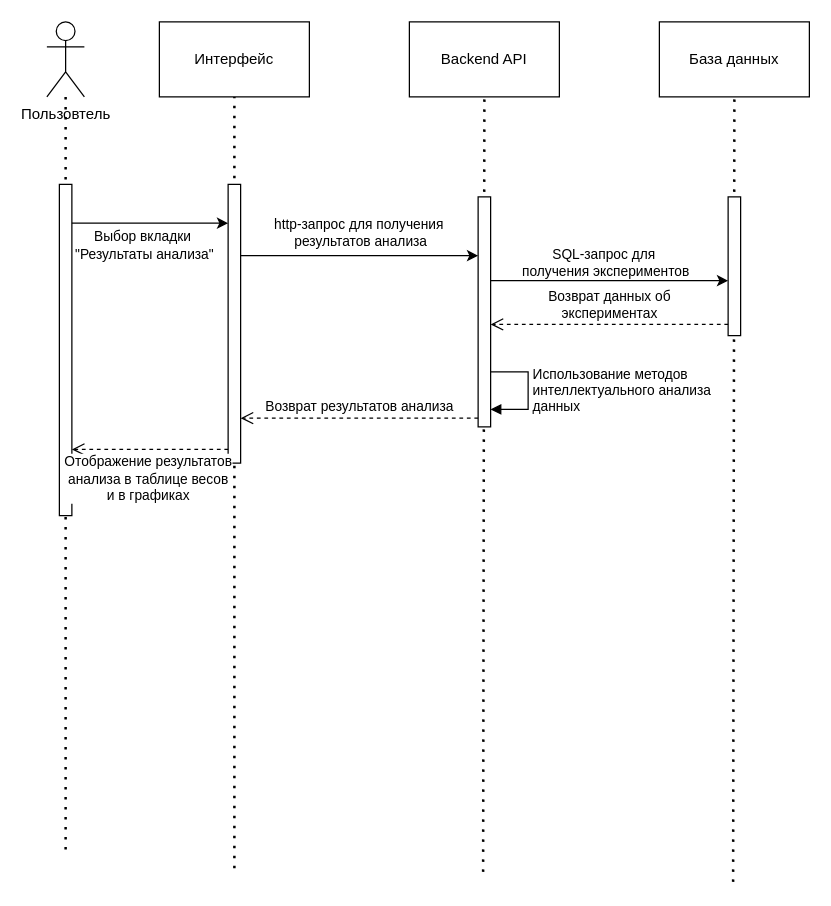
This is sequence_experiment-result.drawio from eva01pilot/plant-tissue-diagrams, a draw.io file, before an edit. Source tidied: cells renumbered, new cells numbered last; positions are measured from the earlier drawing's top-left corner, leaving out a move shared by most shapes. Both pictures are drawn from the tidied source at 125%, with x=0, y=0 at pixel (46, 21).
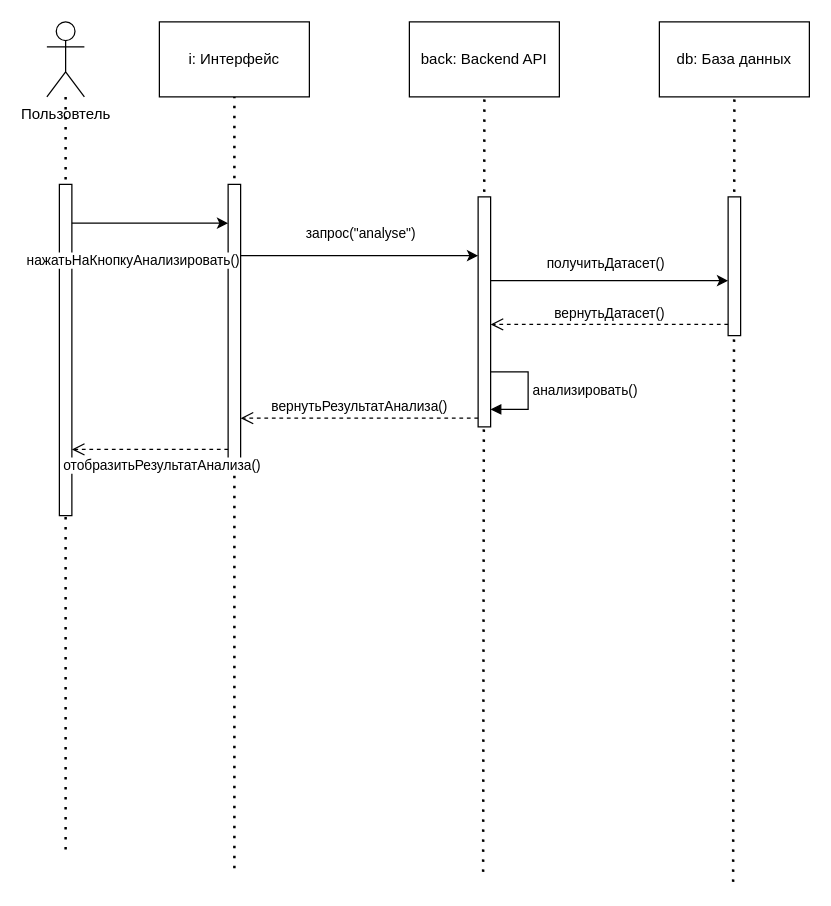
The same page after the edit.

Unchanged cells that the change refers to:
```xml
<mxCell id="11" style="html=1;points=[[0,0,0,0,5],[0,1,0,0,-5],[1,0,0,0,5],[1,1,0,0,-5]];perimeter=orthogonalPerimeter;outlineConnect=0;targetShapes=umlLifeline;portConstraint=eastwest;newEdgeStyle={&quot;curved&quot;:0,&quot;rounded&quot;:0};" parent="1" vertex="1">
  <mxGeometry x="345" y="140" width="10" height="184" as="geometry" />
</mxCell>
<mxCell id="14" style="endArrow=classic;html=1;rounded=0;entryX=0;entryY=0;entryDx=0;entryDy=5;entryPerimeter=0;" parent="1" edge="1">
  <mxGeometry relative="1" as="geometry">
    <mxPoint x="20" y="161" as="sourcePoint" />
    <mxPoint x="145" y="161" as="targetPoint" />
  </mxGeometry>
</mxCell>
<mxCell id="16" style="endArrow=classic;html=1;rounded=0;" parent="1" edge="1">
  <mxGeometry relative="1" as="geometry">
    <mxPoint x="155" y="187" as="sourcePoint" />
    <mxPoint x="345" y="187" as="targetPoint" />
  </mxGeometry>
</mxCell>
<mxCell id="18" style="endArrow=classic;html=1;rounded=0;exitX=1;exitY=0.216;exitDx=0;exitDy=0;exitPerimeter=0;" parent="1" edge="1">
  <mxGeometry relative="1" as="geometry">
    <mxPoint x="355" y="207" as="sourcePoint" />
    <mxPoint x="545" y="207" as="targetPoint" />
  </mxGeometry>
</mxCell>
```

The edit, as a diff of the source:
```diff
@@
-    <mxCell id="7" value="Интерфейс" style="rounded=0;whiteSpace=wrap;html=1;" parent="1" vertex="1">
+    <mxCell id="7" value="i: Интерфейс" style="rounded=0;whiteSpace=wrap;html=1;" parent="1" vertex="1">
       <mxGeometry x="90" width="120" height="60" as="geometry" />
     </mxCell>
@@
-    <mxCell id="10" value="Backend API" style="rounded=0;whiteSpace=wrap;html=1;" parent="1" vertex="1">
+    <mxCell id="10" value="back: Backend API" style="rounded=0;whiteSpace=wrap;html=1;" parent="1" vertex="1">
       <mxGeometry x="290" width="120" height="60" as="geometry" />
     </mxCell>
@@
-    <mxCell id="12" value="База данных" style="rounded=0;whiteSpace=wrap;html=1;" parent="1" vertex="1">
+    <mxCell id="12" value="db: База данных" style="rounded=0;whiteSpace=wrap;html=1;" parent="1" vertex="1">
       <mxGeometry x="490" width="120" height="60" as="geometry" />
     </mxCell>
@@
-    <mxCell id="15" value="&lt;div&gt;Выбор вкладки&amp;nbsp;&lt;/div&gt;&lt;div&gt;&quot;Результаты анализа&quot;&lt;/div&gt;" style="edgeLabel;html=1;align=center;verticalAlign=middle;" parent="14" vertex="1">
+    <mxCell id="15" value="нажатьНаКнопкуАнализировать()" style="edgeLabel;html=1;align=center;verticalAlign=middle;" parent="14" vertex="1">
       <mxGeometry x="-0.6" y="-5" relative="1" as="geometry">
-        <mxPoint x="32" y="12" as="offset" />
+        <mxPoint x="23" y="24" as="offset" />
       </mxGeometry>
     </mxCell>
@@
-    <mxCell id="17" value="&lt;div&gt;http-запрос для получения&amp;nbsp;&lt;/div&gt;&lt;div&gt;результатов анализа&lt;/div&gt;" style="edgeLabel;html=1;align=center;verticalAlign=middle;" parent="16" vertex="1">
+    <mxCell id="17" value="запрос(&quot;analyse&quot;)" style="edgeLabel;html=1;align=center;verticalAlign=middle;" parent="16" vertex="1">
       <mxGeometry x="-0.46" y="1" relative="1" as="geometry">
         <mxPoint x="44" y="-18" as="offset" />
       </mxGeometry>
     </mxCell>
@@
-    <mxCell id="19" value="&lt;div&gt;SQL-запрос для&amp;nbsp;&lt;/div&gt;&lt;div&gt;получения экспериментов&lt;br&gt;&lt;/div&gt;" style="edgeLabel;html=1;align=center;verticalAlign=middle;" parent="18" vertex="1">
+    <mxCell id="19" value="получитьДатасет()" style="edgeLabel;html=1;align=center;verticalAlign=middle;" parent="18" vertex="1">
       <mxGeometry x="0.34" y="2" relative="1" as="geometry">
         <mxPoint x="-36" y="-13" as="offset" />
       </mxGeometry>
     </mxCell>
-    <mxCell id="20" value="&lt;div&gt;Возврат данных об &lt;br&gt;&lt;/div&gt;&lt;div&gt;экспериментах&lt;br&gt;&lt;/div&gt;" style="html=1;verticalAlign=bottom;endArrow=open;dashed=1;endSize=8;curved=0;rounded=0;exitX=0;exitY=0.388;exitDx=0;exitDy=0;exitPerimeter=0;" parent="1" edge="1">
+    <mxCell id="20" value="вернутьДатасет()" style="html=1;verticalAlign=bottom;endArrow=open;dashed=1;endSize=8;curved=0;rounded=0;exitX=0;exitY=0.388;exitDx=0;exitDy=0;exitPerimeter=0;" parent="1" edge="1">
       <mxGeometry relative="1" as="geometry">
         <mxPoint x="545" y="242" as="sourcePoint" />
         <mxPoint x="355" y="242" as="targetPoint" />
       </mxGeometry>
     </mxCell>
-    <mxCell id="21" value="&lt;div&gt;Использование методов&lt;/div&gt;&lt;div&gt;интеллектуального анализа&lt;/div&gt;&lt;div&gt;данных&lt;br&gt;&lt;/div&gt;" style="html=1;align=left;spacingLeft=2;endArrow=block;rounded=0;edgeStyle=orthogonalEdgeStyle;curved=0;rounded=0;" parent="1" edge="1" target="11">
+    <mxCell id="21" value="анализировать()" style="html=1;align=left;spacingLeft=2;endArrow=block;rounded=0;edgeStyle=orthogonalEdgeStyle;curved=0;rounded=0;" parent="1" edge="1" target="11">
       <mxGeometry relative="1" as="geometry">
         <mxPoint x="355" y="280" as="sourcePoint" />
         <Array as="points">
           <mxPoint x="385" y="280" />
           <mxPoint x="385" y="310" />
         </Array>
       </mxGeometry>
     </mxCell>
-    <mxCell id="22" value="Возврат результатов анализа" style="html=1;verticalAlign=bottom;endArrow=open;dashed=1;endSize=8;curved=0;rounded=0;" parent="1" edge="1">
+    <mxCell id="22" value="вернутьРезультатАнализа()" style="html=1;verticalAlign=bottom;endArrow=open;dashed=1;endSize=8;curved=0;rounded=0;" parent="1" edge="1">
       <mxGeometry relative="1" as="geometry">
         <mxPoint x="345" y="317" as="sourcePoint" />
         <mxPoint x="155" y="317" as="targetPoint" />
       </mxGeometry>
     </mxCell>
-    <mxCell id="23" value="&lt;div&gt;Отображение результатов&lt;/div&gt;&lt;div&gt;анализа в таблице весов&lt;/div&gt;&lt;div&gt;и в графиках&lt;br&gt;&lt;/div&gt;" style="html=1;verticalAlign=bottom;endArrow=open;dashed=1;endSize=8;curved=0;rounded=0;" parent="1" edge="1">
-      <mxGeometry x="0.02" y="46" relative="1" as="geometry">
+    <mxCell id="23" value="отобразитьРезультатАнализа()" style="html=1;verticalAlign=bottom;endArrow=open;dashed=1;endSize=8;curved=0;rounded=0;" parent="1" edge="1">
+      <mxGeometry x="-0.15" y="22" relative="1" as="geometry">
         <mxPoint x="145" y="342" as="sourcePoint" />
         <mxPoint x="20" y="342" as="targetPoint" />
       </mxGeometry>
     </mxCell>
```
